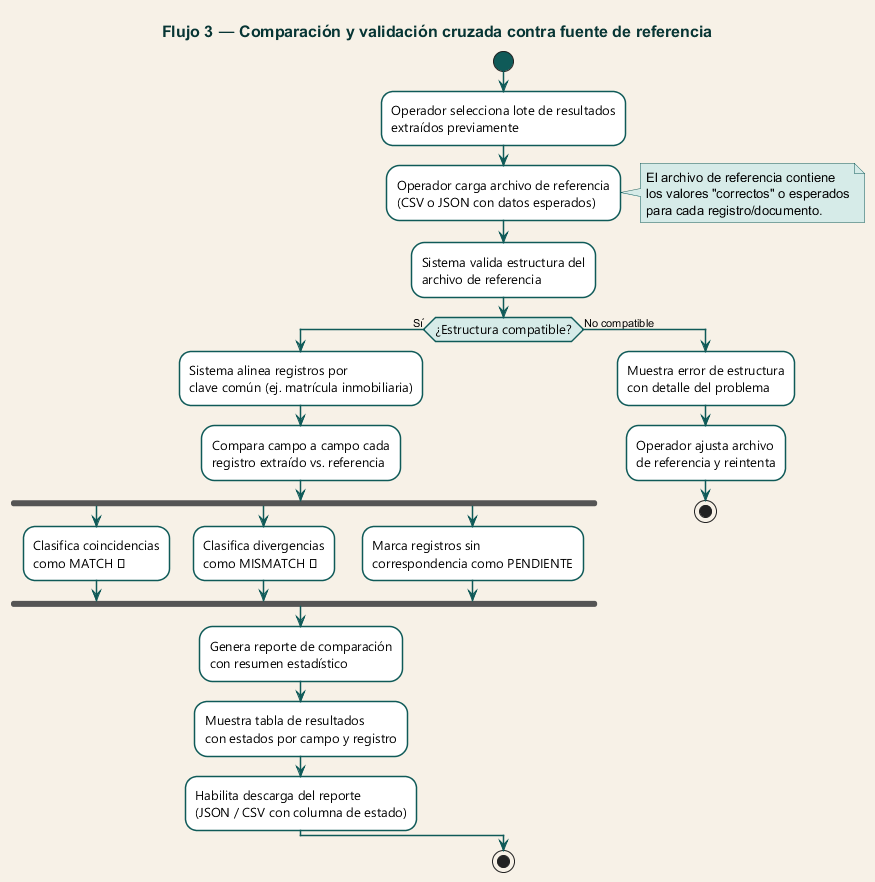
Above: RAG/assets/img/diagramas/tobefuncional/flujo-comparacion.png in sedibuc/documentacion_cintel (PlantUML), before the change.
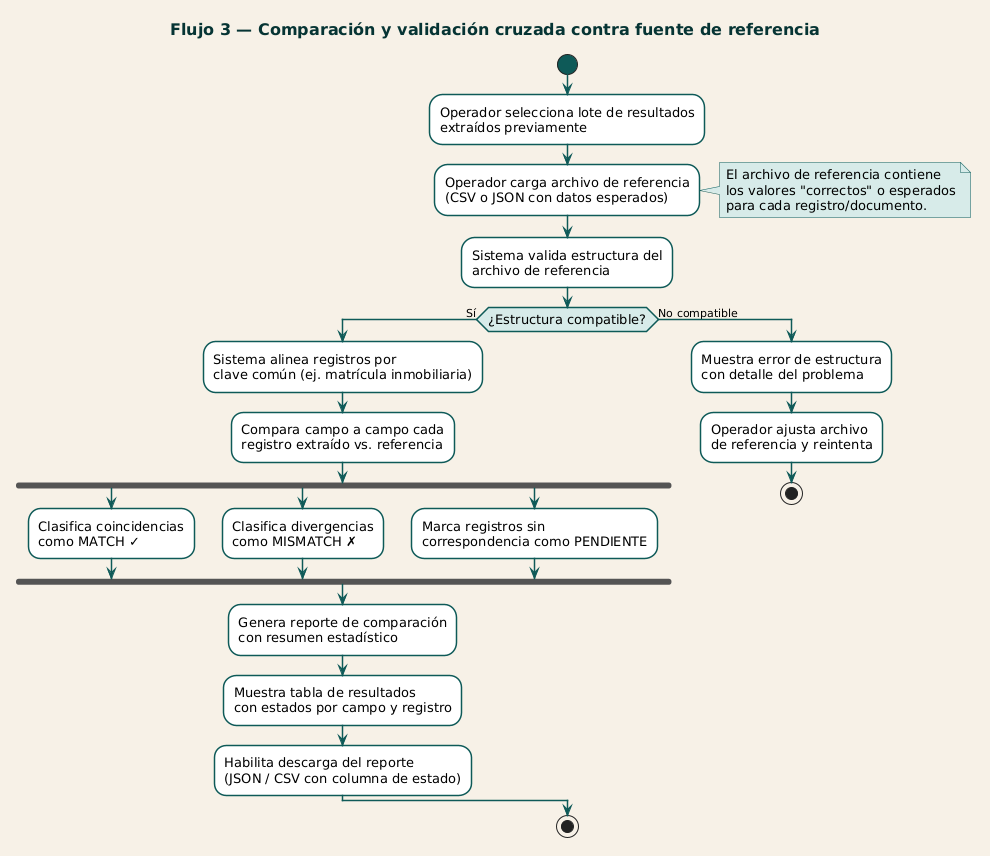
After the change.

What changed in the source:
```diff
@@ -1,4 +1,4 @@
-@startuml flujo-comparacion
+@startuml
 skinparam backgroundColor #f7f1e7
 skinparam activity {
   BackgroundColor #ffffff
@@ -54,5 +54,4 @@
   stop
 endif
 stop
-
 @enduml
```
